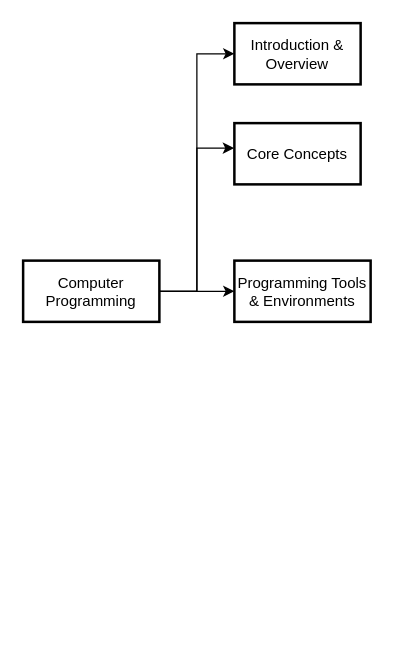
Above: 思考.drawio in gaosen1/nba (draw.io), before the change. Source tidied: cells renumbered, new cells numbered last; positions are measured from the earlier drawing's top-left corner, leaving out a move shared by most shapes. Both pictures are drawn from the tidied source at 125%, with x=0, y=0 at pixel (22, 22).
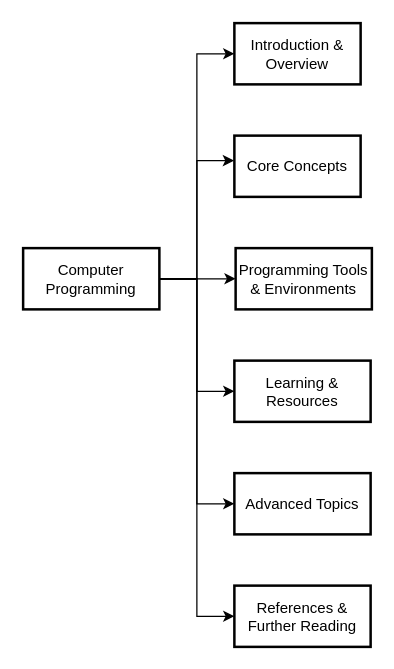
Above is the later version.

Diff of the diagram source:
```diff
@@
 <mxGraphModel>
   <root>
     <mxCell id="0" />
     <mxCell id="1" parent="0" />
     <mxCell id="2" style="edgeStyle=orthogonalEdgeStyle;rounded=0;jettySize=auto;html=1;entryX=0;entryY=0.5;entryDx=0;entryDy=0;" parent="1" edge="1" source="4" target="5">
       <mxGeometry relative="1" as="geometry" />
     </mxCell>
     <mxCell id="3" style="edgeStyle=orthogonalEdgeStyle;rounded=0;jettySize=auto;html=1;" parent="1" edge="1" source="4" target="8">
       <mxGeometry relative="1" as="geometry" />
     </mxCell>
+    <mxCell id="9" style="edgeStyle=orthogonalEdgeStyle;rounded=0;jettySize=auto;html=1;entryX=0;entryY=0.5;entryDx=0;entryDy=0;" parent="1" edge="1" source="4" target="12">
+      <mxGeometry relative="1" as="geometry" />
+    </mxCell>
+    <mxCell id="10" style="edgeStyle=orthogonalEdgeStyle;rounded=0;jettySize=auto;html=1;entryX=0;entryY=0.5;entryDx=0;entryDy=0;" parent="1" edge="1" source="4" target="13">
+      <mxGeometry relative="1" as="geometry" />
+    </mxCell>
+    <mxCell id="11" style="edgeStyle=orthogonalEdgeStyle;rounded=0;jettySize=auto;html=1;entryX=0;entryY=0.5;entryDx=0;entryDy=0;" parent="1" edge="1" source="4" target="14">
+      <mxGeometry relative="1" as="geometry" />
+    </mxCell>
     <mxCell id="4" value="Computer Programming" style="whiteSpace=wrap;strokeWidth=2;" parent="1" vertex="1">
-      <mxGeometry y="190" width="109" height="49" as="geometry" />
+      <mxGeometry y="180" width="109" height="49" as="geometry" />
     </mxCell>
     <mxCell id="5" value="Introduction &amp; Overview" style="whiteSpace=wrap;strokeWidth=2;" parent="1" vertex="1">
       <mxGeometry x="169" width="101" height="49" as="geometry" />
     </mxCell>
     <mxCell id="6" value="Core Concepts" style="whiteSpace=wrap;strokeWidth=2;" parent="1" vertex="1">
-      <mxGeometry x="169" y="80" width="101" height="49" as="geometry" />
+      <mxGeometry x="169" y="90" width="101" height="49" as="geometry" />
     </mxCell>
     <mxCell id="7" style="edgeStyle=orthogonalEdgeStyle;rounded=0;jettySize=auto;html=1;entryX=-0.003;entryY=0.408;entryDx=0;entryDy=0;entryPerimeter=0;" parent="1" edge="1" source="4" target="6">
       <mxGeometry relative="1" as="geometry" />
     </mxCell>
     <mxCell id="8" value="Programming Tools &amp; Environments" style="whiteSpace=wrap;strokeWidth=2;" parent="1" vertex="1">
-      <mxGeometry x="169" y="190" width="109" height="49" as="geometry" />
+      <mxGeometry x="170" y="180" width="109" height="49" as="geometry" />
     </mxCell>
+    <mxCell id="12" value="Learning &amp; Resources" style="whiteSpace=wrap;strokeWidth=2;" parent="1" vertex="1">
+      <mxGeometry x="169" y="270" width="109" height="49" as="geometry" />
+    </mxCell>
+    <mxCell id="13" value="Advanced Topics" style="whiteSpace=wrap;strokeWidth=2;" parent="1" vertex="1">
+      <mxGeometry x="169" y="360" width="109" height="49" as="geometry" />
+    </mxCell>
+    <mxCell id="14" value="References &amp; Further Reading" style="whiteSpace=wrap;strokeWidth=2;" parent="1" vertex="1">
+      <mxGeometry x="169" y="450" width="109" height="49" as="geometry" />
+    </mxCell>
   </root>
 </mxGraphModel>
```
